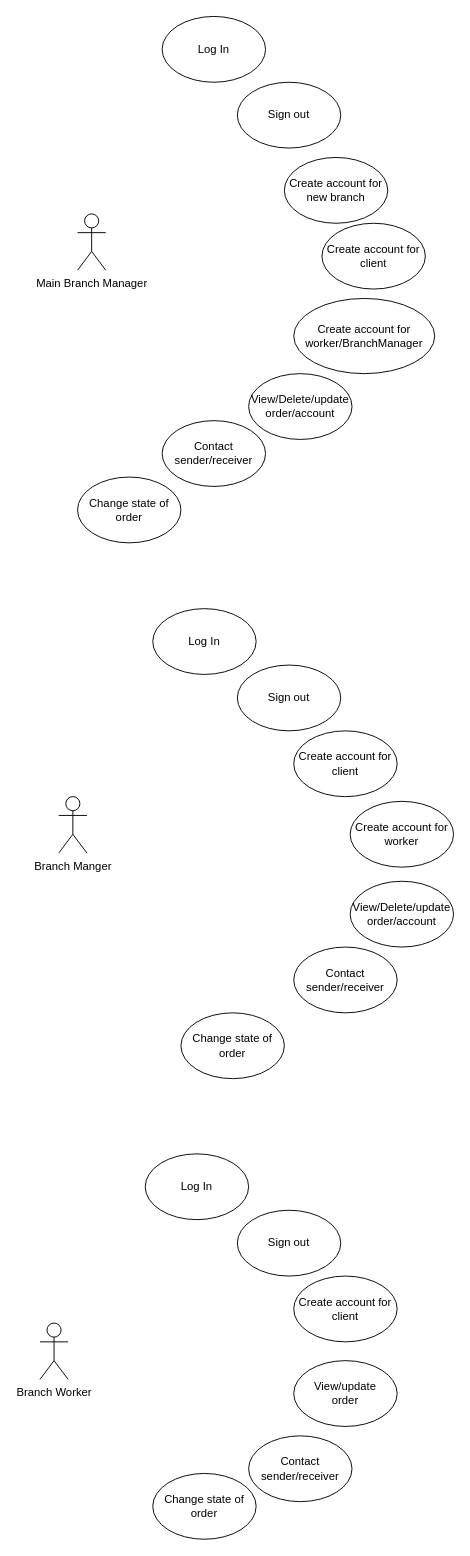
Before: page "Branch" (4 of 6) of Use cases.drawio.xml in asheta20/Posta420, a draw.io diagram. Source tidied: cells renumbered, new cells numbered last; positions are measured from the earlier drawing's top-left corner, leaving out a move shared by most shapes. Both pictures are drawn from the tidied source at 94%, with x=0, y=0 at pixel (39, 16).
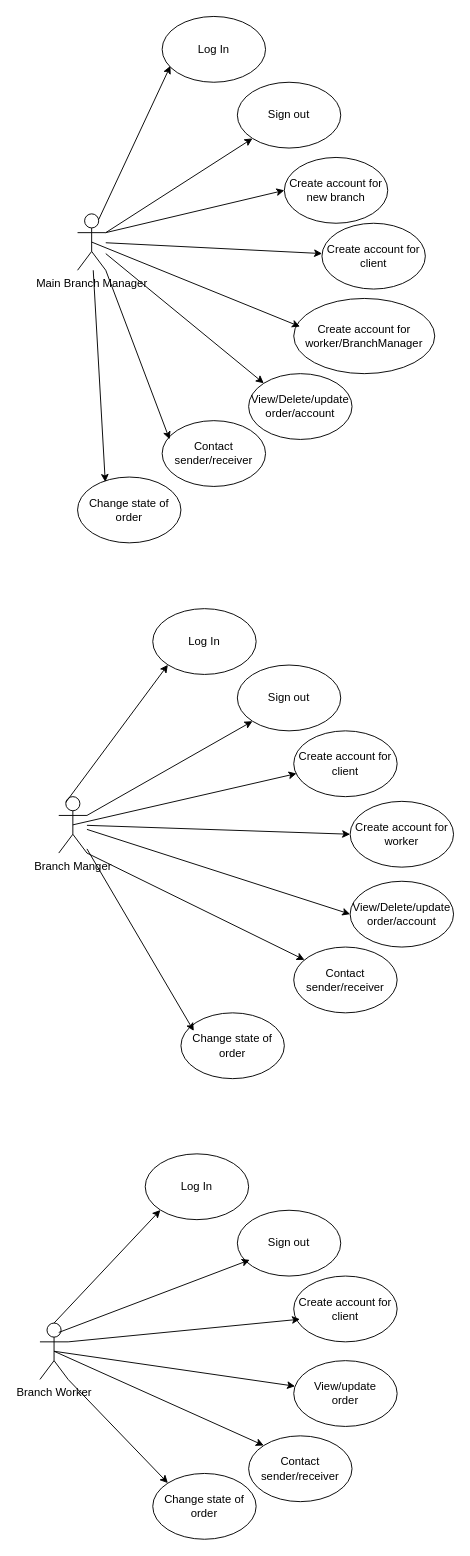
Above is the later version.

The change refers to these unchanged cells:
```xml
<mxCell id="2" value="Branch Manger" style="shape=umlActor;verticalLabelPosition=bottom;verticalAlign=top;html=1;outlineConnect=0;rounded=1;" parent="1" vertex="1">
  <mxGeometry x="20" y="830" width="30" height="60" as="geometry" />
</mxCell>
<mxCell id="3" value="Branch Worker" style="shape=umlActor;verticalLabelPosition=bottom;verticalAlign=top;html=1;outlineConnect=0;rounded=1;" parent="1" vertex="1">
  <mxGeometry y="1390" width="30" height="60" as="geometry" />
</mxCell>
<mxCell id="4" value="Log In" style="ellipse;whiteSpace=wrap;html=1;rounded=1;" parent="1" vertex="1">
  <mxGeometry x="120" y="630" width="110" height="70" as="geometry" />
</mxCell>
<mxCell id="5" value="Sign out" style="ellipse;whiteSpace=wrap;html=1;rounded=1;" parent="1" vertex="1">
  <mxGeometry x="210" y="690" width="110" height="70" as="geometry" />
</mxCell>
<mxCell id="6" value="Create account for new branch" style="ellipse;whiteSpace=wrap;html=1;rounded=1;" parent="1" vertex="1">
  <mxGeometry x="260" y="150" width="110" height="70" as="geometry" />
</mxCell>
<mxCell id="7" value="Create account for worker/BranchManager" style="ellipse;whiteSpace=wrap;html=1;rounded=1;" parent="1" vertex="1">
  <mxGeometry x="270" y="300" width="150" height="80" as="geometry" />
</mxCell>
<mxCell id="8" value="Main Branch Manager" style="shape=umlActor;verticalLabelPosition=bottom;verticalAlign=top;html=1;outlineConnect=0;rounded=1;" parent="1" vertex="1">
  <mxGeometry x="40" y="210" width="30" height="60" as="geometry" />
</mxCell>
<mxCell id="9" value="Log In" style="ellipse;whiteSpace=wrap;html=1;rounded=1;" parent="1" vertex="1">
  <mxGeometry x="130" width="110" height="70" as="geometry" />
</mxCell>
<mxCell id="10" value="Sign out" style="ellipse;whiteSpace=wrap;html=1;rounded=1;" parent="1" vertex="1">
  <mxGeometry x="210" y="70" width="110" height="70" as="geometry" />
</mxCell>
<mxCell id="11" value="Create account for client" style="ellipse;whiteSpace=wrap;html=1;rounded=1;" parent="1" vertex="1">
  <mxGeometry x="300" y="220" width="110" height="70" as="geometry" />
</mxCell>
<mxCell id="12" value="Create account for worker" style="ellipse;whiteSpace=wrap;html=1;rounded=1;" parent="1" vertex="1">
  <mxGeometry x="330" y="835" width="110" height="70" as="geometry" />
</mxCell>
<mxCell id="13" value="View/Delete/update&lt;br&gt;order/account" style="ellipse;whiteSpace=wrap;html=1;rounded=1;" parent="1" vertex="1">
  <mxGeometry x="330" y="920" width="110" height="70" as="geometry" />
</mxCell>
<mxCell id="14" value="Create account for client" style="ellipse;whiteSpace=wrap;html=1;rounded=1;" parent="1" vertex="1">
  <mxGeometry x="270" y="760" width="110" height="70" as="geometry" />
</mxCell>
<mxCell id="15" value="Contact sender/receiver" style="ellipse;whiteSpace=wrap;html=1;rounded=1;" parent="1" vertex="1">
  <mxGeometry x="130" y="430" width="110" height="70" as="geometry" />
</mxCell>
<mxCell id="16" value="Contact sender/receiver" style="ellipse;whiteSpace=wrap;html=1;rounded=1;" parent="1" vertex="1">
  <mxGeometry x="270" y="990" width="110" height="70" as="geometry" />
</mxCell>
<mxCell id="17" value="View/Delete/update&lt;br&gt;order/account" style="ellipse;whiteSpace=wrap;html=1;rounded=1;" parent="1" vertex="1">
  <mxGeometry x="222" y="380" width="110" height="70" as="geometry" />
</mxCell>
<mxCell id="18" value="Log In" style="ellipse;whiteSpace=wrap;html=1;rounded=1;" parent="1" vertex="1">
  <mxGeometry x="112" y="1210" width="110" height="70" as="geometry" />
</mxCell>
<mxCell id="19" value="Sign out" style="ellipse;whiteSpace=wrap;html=1;rounded=1;" parent="1" vertex="1">
  <mxGeometry x="210" y="1270" width="110" height="70" as="geometry" />
</mxCell>
<mxCell id="20" value="View/update&lt;br&gt;order" style="ellipse;whiteSpace=wrap;html=1;rounded=1;" parent="1" vertex="1">
  <mxGeometry x="270" y="1430" width="110" height="70" as="geometry" />
</mxCell>
<mxCell id="21" value="Create account for client" style="ellipse;whiteSpace=wrap;html=1;rounded=1;" parent="1" vertex="1">
  <mxGeometry x="270" y="1340" width="110" height="70" as="geometry" />
</mxCell>
<mxCell id="22" value="Contact sender/receiver" style="ellipse;whiteSpace=wrap;html=1;rounded=1;" parent="1" vertex="1">
  <mxGeometry x="222" y="1510" width="110" height="70" as="geometry" />
</mxCell>
<mxCell id="23" value="Change state of order" style="ellipse;whiteSpace=wrap;html=1;rounded=1;" parent="1" vertex="1">
  <mxGeometry x="40" y="490" width="110" height="70" as="geometry" />
</mxCell>
<mxCell id="24" value="Change state of order" style="ellipse;whiteSpace=wrap;html=1;rounded=1;" parent="1" vertex="1">
  <mxGeometry x="120" y="1550" width="110" height="70" as="geometry" />
</mxCell>
<mxCell id="25" value="Change state of order" style="ellipse;whiteSpace=wrap;html=1;rounded=1;" parent="1" vertex="1">
  <mxGeometry x="150" y="1060" width="110" height="70" as="geometry" />
</mxCell>
```

Change to the diagram source:
```diff
@@
+    <mxCell id="26" style="endArrow=classic;html=1;rounded=0;exitX=0.75;exitY=0.1;exitDx=0;exitDy=0;exitPerimeter=0;entryX=0.08;entryY=0.751;entryDx=0;entryDy=0;entryPerimeter=0;" parent="1" edge="1" source="8" target="9">
+      <mxGeometry relative="1" as="geometry" />
+    </mxCell>
+    <mxCell id="27" style="endArrow=classic;html=1;rounded=0;exitX=0.25;exitY=0.1;exitDx=0;exitDy=0;exitPerimeter=0;entryX=0;entryY=1;entryDx=0;entryDy=0;" parent="1" edge="1" source="2" target="4">
+      <mxGeometry relative="1" as="geometry" />
+    </mxCell>
+    <mxCell id="28" style="endArrow=classic;html=1;rounded=0;exitX=1;exitY=0.3333333333333333;exitDx=0;exitDy=0;exitPerimeter=0;entryX=0;entryY=1;entryDx=0;entryDy=0;" parent="1" edge="1" source="8" target="10">
+      <mxGeometry relative="1" as="geometry" />
+    </mxCell>
+    <mxCell id="29" style="endArrow=classic;html=1;rounded=0;exitX=1;exitY=0.3333333333333333;exitDx=0;exitDy=0;exitPerimeter=0;entryX=0;entryY=0.5;entryDx=0;entryDy=0;" parent="1" edge="1" source="8" target="6">
+      <mxGeometry relative="1" as="geometry" />
+    </mxCell>
+    <mxCell id="30" style="endArrow=classic;html=1;rounded=0;" parent="1" edge="1" source="8" target="11">
+      <mxGeometry relative="1" as="geometry" />
+    </mxCell>
+    <mxCell id="31" style="endArrow=classic;html=1;rounded=0;exitX=0.5;exitY=0.5;exitDx=0;exitDy=0;exitPerimeter=0;entryX=0.044;entryY=0.374;entryDx=0;entryDy=0;entryPerimeter=0;" parent="1" edge="1" source="8" target="7">
+      <mxGeometry relative="1" as="geometry" />
+    </mxCell>
+    <mxCell id="32" style="endArrow=classic;html=1;rounded=0;entryX=0;entryY=0;entryDx=0;entryDy=0;" parent="1" edge="1" source="8" target="17">
+      <mxGeometry relative="1" as="geometry" />
+    </mxCell>
+    <mxCell id="33" style="endArrow=classic;html=1;rounded=0;exitX=1;exitY=1;exitDx=0;exitDy=0;exitPerimeter=0;entryX=0.072;entryY=0.284;entryDx=0;entryDy=0;entryPerimeter=0;" parent="1" edge="1" source="8" target="15">
+      <mxGeometry relative="1" as="geometry" />
+    </mxCell>
+    <mxCell id="34" style="endArrow=classic;html=1;rounded=0;entryX=0.268;entryY=0.075;entryDx=0;entryDy=0;entryPerimeter=0;" parent="1" edge="1" source="8" target="23">
+      <mxGeometry relative="1" as="geometry" />
+    </mxCell>
+    <mxCell id="35" style="endArrow=classic;html=1;rounded=0;exitX=0.5;exitY=0;exitDx=0;exitDy=0;exitPerimeter=0;entryX=0;entryY=1;entryDx=0;entryDy=0;" parent="1" edge="1" source="3" target="18">
+      <mxGeometry relative="1" as="geometry" />
+    </mxCell>
+    <mxCell id="36" style="endArrow=classic;html=1;rounded=0;entryX=0;entryY=1;entryDx=0;entryDy=0;" parent="1" edge="1" target="5">
+      <mxGeometry relative="1" as="geometry">
+        <mxPoint x="50" y="850" as="sourcePoint" />
+      </mxGeometry>
+    </mxCell>
+    <mxCell id="37" style="endArrow=classic;html=1;rounded=0;exitX=0.5;exitY=0.5;exitDx=0;exitDy=0;exitPerimeter=0;entryX=0.027;entryY=0.649;entryDx=0;entryDy=0;entryPerimeter=0;" parent="1" edge="1" source="2" target="14">
+      <mxGeometry relative="1" as="geometry" />
+    </mxCell>
+    <mxCell id="38" style="endArrow=classic;html=1;rounded=0;entryX=0;entryY=0.5;entryDx=0;entryDy=0;" parent="1" edge="1" source="2" target="12">
+      <mxGeometry relative="1" as="geometry" />
+    </mxCell>
+    <mxCell id="39" style="endArrow=classic;html=1;rounded=0;entryX=0;entryY=0.5;entryDx=0;entryDy=0;" parent="1" edge="1" source="2" target="13">
+      <mxGeometry relative="1" as="geometry" />
+    </mxCell>
+    <mxCell id="40" style="endArrow=classic;html=1;rounded=0;exitX=1;exitY=1;exitDx=0;exitDy=0;exitPerimeter=0;" parent="1" edge="1" source="2" target="16">
+      <mxGeometry relative="1" as="geometry" />
+    </mxCell>
+    <mxCell id="41" style="endArrow=classic;html=1;rounded=0;entryX=0.124;entryY=0.275;entryDx=0;entryDy=0;entryPerimeter=0;" parent="1" edge="1" source="2" target="25">
+      <mxGeometry relative="1" as="geometry" />
+    </mxCell>
+    <mxCell id="42" style="endArrow=classic;html=1;rounded=0;entryX=0.12;entryY=0.754;entryDx=0;entryDy=0;entryPerimeter=0;" parent="1" edge="1" target="19">
+      <mxGeometry relative="1" as="geometry">
+        <mxPoint x="20" y="1400" as="sourcePoint" />
+      </mxGeometry>
+    </mxCell>
+    <mxCell id="43" style="endArrow=classic;html=1;rounded=0;exitX=1;exitY=0.3333333333333333;exitDx=0;exitDy=0;exitPerimeter=0;entryX=0.06;entryY=0.656;entryDx=0;entryDy=0;entryPerimeter=0;" parent="1" edge="1" source="3" target="21">
+      <mxGeometry relative="1" as="geometry" />
+    </mxCell>
+    <mxCell id="44" style="endArrow=classic;html=1;rounded=0;exitX=0.5;exitY=0.5;exitDx=0;exitDy=0;exitPerimeter=0;" parent="1" edge="1" source="3" target="20">
+      <mxGeometry relative="1" as="geometry" />
+    </mxCell>
+    <mxCell id="45" style="endArrow=classic;html=1;rounded=0;entryX=0;entryY=0;entryDx=0;entryDy=0;exitX=0.5;exitY=0.5;exitDx=0;exitDy=0;exitPerimeter=0;" parent="1" edge="1" source="3" target="22">
+      <mxGeometry relative="1" as="geometry" />
+    </mxCell>
+    <mxCell id="46" style="endArrow=classic;html=1;rounded=0;exitX=1;exitY=1;exitDx=0;exitDy=0;exitPerimeter=0;entryX=0;entryY=0;entryDx=0;entryDy=0;" parent="1" edge="1" source="3" target="24">
+      <mxGeometry relative="1" as="geometry" />
+    </mxCell>
```
